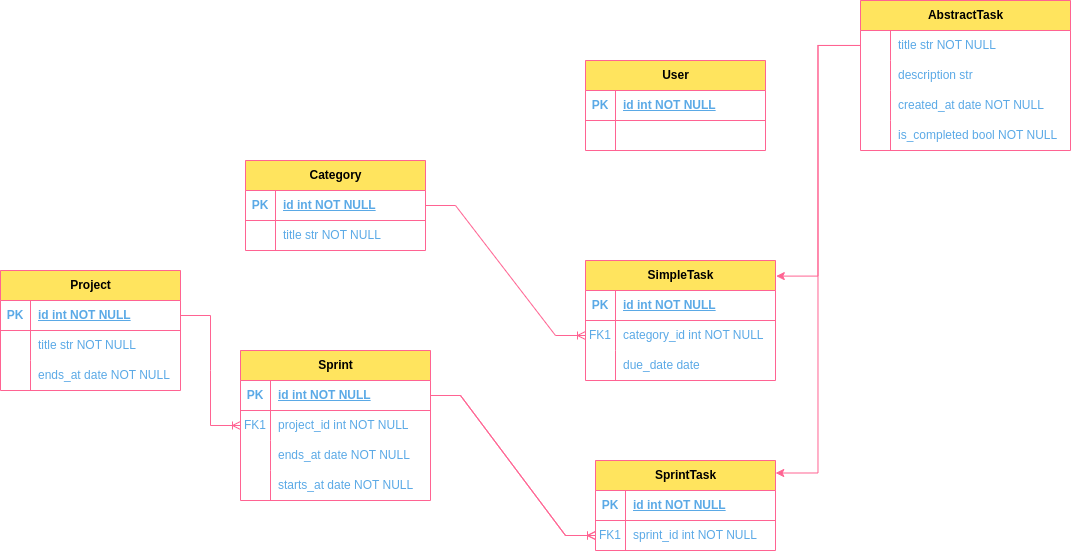
Above: design/orm_models_relations.png in John321Blacksmith/task_tracker (draw.io), before the change. Source tidied: cells renumbered, new cells last; positions are measured from the earlier drawing's top-left corner, leaving out a move shared by most shapes.
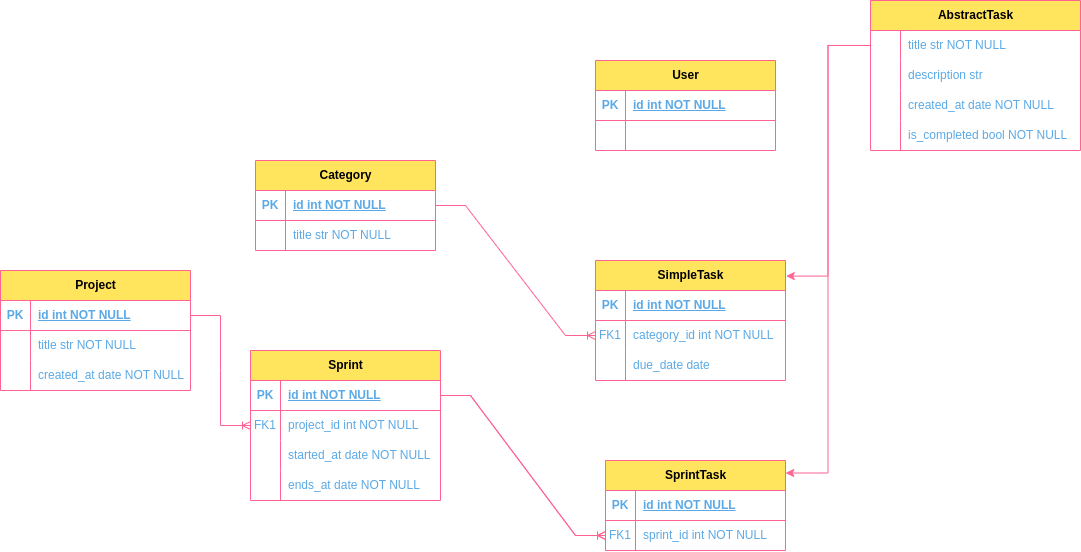
After the commit.

Diff of the diagram source:
```diff
@@ -104,8 +104,17 @@
     <mxCell id="35" value="project_id int NOT NULL" style="shape=partialRectangle;fillColor=none;top=0;left=0;bottom=0;right=0;align=left;spacingLeft=6;overflow=hidden;whiteSpace=wrap;html=1;labelBackgroundColor=none;strokeColor=#FF6392;fontColor=#5AA9E6;" parent="33" vertex="1">
       <mxGeometry x="30" width="160" height="30" as="geometry" />
     </mxCell>
+    <mxCell id="39" style="shape=tableRow;horizontal=0;startSize=0;swimlaneHead=0;swimlaneBody=0;fillColor=none;top=0;left=0;right=0;bottom=0;labelBackgroundColor=none;strokeColor=#FF6392;fontColor=#5AA9E6;" parent="29" vertex="1">
+      <mxGeometry y="90" width="190" height="30" as="geometry" />
+    </mxCell>
+    <mxCell id="40" style="shape=partialRectangle;fillColor=none;top=0;left=0;bottom=0;right=0;overflow=hidden;whiteSpace=wrap;html=1;labelBackgroundColor=none;strokeColor=#FF6392;fontColor=#5AA9E6;" parent="39" vertex="1">
+      <mxGeometry width="30" height="30" as="geometry" />
+    </mxCell>
+    <mxCell id="41" value="started_at date NOT NULL" style="shape=partialRectangle;fillColor=none;top=0;left=0;bottom=0;right=0;align=left;spacingLeft=6;overflow=hidden;whiteSpace=wrap;html=1;labelBackgroundColor=none;strokeColor=#FF6392;fontColor=#5AA9E6;" parent="39" vertex="1">
+      <mxGeometry x="30" width="160" height="30" as="geometry" />
+    </mxCell>
     <mxCell id="36" style="shape=tableRow;horizontal=0;startSize=0;swimlaneHead=0;swimlaneBody=0;fillColor=none;top=0;left=0;right=0;bottom=0;labelBackgroundColor=none;strokeColor=#FF6392;fontColor=#5AA9E6;" parent="29" vertex="1">
-      <mxGeometry y="90" width="190" height="30" as="geometry" />
+      <mxGeometry y="120" width="190" height="30" as="geometry" />
     </mxCell>
     <mxCell id="37" style="shape=partialRectangle;fillColor=none;top=0;left=0;bottom=0;right=0;overflow=hidden;whiteSpace=wrap;html=1;labelBackgroundColor=none;strokeColor=#FF6392;fontColor=#5AA9E6;" parent="36" vertex="1">
       <mxGeometry width="30" height="30" as="geometry" />
@@ -113,15 +122,6 @@
     <mxCell id="38" value="ends_at date NOT NULL" style="shape=partialRectangle;fillColor=none;top=0;left=0;bottom=0;right=0;align=left;spacingLeft=6;overflow=hidden;whiteSpace=wrap;html=1;labelBackgroundColor=none;strokeColor=#FF6392;fontColor=#5AA9E6;" parent="36" vertex="1">
       <mxGeometry x="30" width="160" height="30" as="geometry" />
     </mxCell>
-    <mxCell id="39" style="shape=tableRow;horizontal=0;startSize=0;swimlaneHead=0;swimlaneBody=0;fillColor=none;top=0;left=0;right=0;bottom=0;labelBackgroundColor=none;strokeColor=#FF6392;fontColor=#5AA9E6;" parent="29" vertex="1">
-      <mxGeometry y="120" width="190" height="30" as="geometry" />
-    </mxCell>
-    <mxCell id="40" style="shape=partialRectangle;fillColor=none;top=0;left=0;bottom=0;right=0;overflow=hidden;whiteSpace=wrap;html=1;labelBackgroundColor=none;strokeColor=#FF6392;fontColor=#5AA9E6;" parent="39" vertex="1">
-      <mxGeometry width="30" height="30" as="geometry" />
-    </mxCell>
-    <mxCell id="41" value="starts_at date NOT NULL" style="shape=partialRectangle;fillColor=none;top=0;left=0;bottom=0;right=0;align=left;spacingLeft=6;overflow=hidden;whiteSpace=wrap;html=1;labelBackgroundColor=none;strokeColor=#FF6392;fontColor=#5AA9E6;" parent="39" vertex="1">
-      <mxGeometry x="30" width="160" height="30" as="geometry" />
-    </mxCell>
     <mxCell id="42" style="edgeStyle=entityRelationEdgeStyle;fontSize=12;html=1;endArrow=ERoneToMany;rounded=0;exitX=1;exitY=0.5;exitDx=0;exitDy=0;entryX=0;entryY=0.5;entryDx=0;entryDy=0;fontColor=default;labelBackgroundColor=none;strokeColor=#FF6392;" parent="1" edge="1" source="23" target="64">
       <mxGeometry relative="1" as="geometry" />
     </mxCell>
@@ -147,34 +147,34 @@
       <mxGeometry x="30" width="150" height="30" as="geometry" />
     </mxCell>
     <mxCell id="50" value="&lt;font color=&quot;#000000&quot;&gt;Project&lt;/font&gt;" style="shape=table;startSize=30;rowLines=0;fontStyle=1;align=center;html=1;labelBackgroundColor=none;fillColor=#FFE45E;strokeColor=#FF6392;fontColor=#5AA9E6;" parent="1" vertex="1">
-      <mxGeometry y="270" width="180" height="120" as="geometry" />
+      <mxGeometry x="-10" y="270" width="190" height="120" as="geometry" />
     </mxCell>
     <mxCell id="51" style="shape=tableRow;horizontal=0;startSize=0;swimlaneHead=0;swimlaneBody=0;fillColor=none;points=[[0,0.5],[1,0.5]];portConstraint=eastwest;top=0;left=0;right=0;bottom=1;labelBackgroundColor=none;strokeColor=#FF6392;fontColor=#5AA9E6;" parent="50" vertex="1">
-      <mxGeometry y="30" width="180" height="30" as="geometry" />
+      <mxGeometry y="30" width="190" height="30" as="geometry" />
     </mxCell>
     <mxCell id="52" value="PK" style="shape=partialRectangle;fillColor=none;top=0;left=0;bottom=0;right=0;fontStyle=1;overflow=hidden;whiteSpace=wrap;html=1;labelBackgroundColor=none;strokeColor=#FF6392;fontColor=#5AA9E6;" parent="51" vertex="1">
       <mxGeometry width="30" height="30" as="geometry" />
     </mxCell>
     <mxCell id="53" value="id int NOT NULL" style="shape=partialRectangle;fillColor=none;top=0;left=0;bottom=0;right=0;align=left;spacingLeft=6;fontStyle=5;overflow=hidden;whiteSpace=wrap;html=1;labelBackgroundColor=none;strokeColor=#FF6392;fontColor=#5AA9E6;" parent="51" vertex="1">
-      <mxGeometry x="30" width="150" height="30" as="geometry" />
+      <mxGeometry x="30" width="160" height="30" as="geometry" />
     </mxCell>
     <mxCell id="54" style="shape=tableRow;horizontal=0;startSize=0;swimlaneHead=0;swimlaneBody=0;fillColor=none;top=0;left=0;right=0;bottom=0;labelBackgroundColor=none;strokeColor=#FF6392;fontColor=#5AA9E6;" parent="50" vertex="1">
-      <mxGeometry y="60" width="180" height="30" as="geometry" />
+      <mxGeometry y="60" width="190" height="30" as="geometry" />
     </mxCell>
     <mxCell id="55" style="shape=partialRectangle;fillColor=none;top=0;left=0;bottom=0;right=0;overflow=hidden;whiteSpace=wrap;html=1;labelBackgroundColor=none;strokeColor=#FF6392;fontColor=#5AA9E6;" parent="54" vertex="1">
       <mxGeometry width="30" height="30" as="geometry" />
     </mxCell>
     <mxCell id="56" value="title str NOT NULL" style="shape=partialRectangle;fillColor=none;top=0;left=0;bottom=0;right=0;align=left;spacingLeft=6;overflow=hidden;whiteSpace=wrap;html=1;labelBackgroundColor=none;strokeColor=#FF6392;fontColor=#5AA9E6;" parent="54" vertex="1">
-      <mxGeometry x="30" width="150" height="30" as="geometry" />
+      <mxGeometry x="30" width="160" height="30" as="geometry" />
     </mxCell>
     <mxCell id="57" style="shape=tableRow;horizontal=0;startSize=0;swimlaneHead=0;swimlaneBody=0;fillColor=none;top=0;left=0;right=0;bottom=0;labelBackgroundColor=none;strokeColor=#FF6392;fontColor=#5AA9E6;" parent="50" vertex="1">
-      <mxGeometry y="90" width="180" height="30" as="geometry" />
+      <mxGeometry y="90" width="190" height="30" as="geometry" />
     </mxCell>
     <mxCell id="58" style="shape=partialRectangle;fillColor=none;top=0;left=0;bottom=0;right=0;overflow=hidden;whiteSpace=wrap;html=1;labelBackgroundColor=none;strokeColor=#FF6392;fontColor=#5AA9E6;" parent="57" vertex="1">
       <mxGeometry width="30" height="30" as="geometry" />
     </mxCell>
-    <mxCell id="59" value="ends_at date NOT NULL" style="shape=partialRectangle;fillColor=none;top=0;left=0;bottom=0;right=0;align=left;spacingLeft=6;overflow=hidden;whiteSpace=wrap;html=1;labelBackgroundColor=none;strokeColor=#FF6392;fontColor=#5AA9E6;" parent="57" vertex="1">
-      <mxGeometry x="30" width="150" height="30" as="geometry" />
+    <mxCell id="59" value="created_at date NOT NULL" style="shape=partialRectangle;fillColor=none;top=0;left=0;bottom=0;right=0;align=left;spacingLeft=6;overflow=hidden;whiteSpace=wrap;html=1;labelBackgroundColor=none;strokeColor=#FF6392;fontColor=#5AA9E6;" parent="57" vertex="1">
+      <mxGeometry x="30" width="160" height="30" as="geometry" />
     </mxCell>
     <mxCell id="60" value="&lt;font color=&quot;#000000&quot;&gt;SimpleTask&lt;/font&gt;" style="shape=table;startSize=30;rowLines=0;fontStyle=1;align=center;html=1;labelBackgroundColor=none;fillColor=#FFE45E;strokeColor=#FF6392;fontColor=#5AA9E6;" parent="1" vertex="1">
       <mxGeometry x="585" y="260" width="190" height="120" as="geometry" />
```
